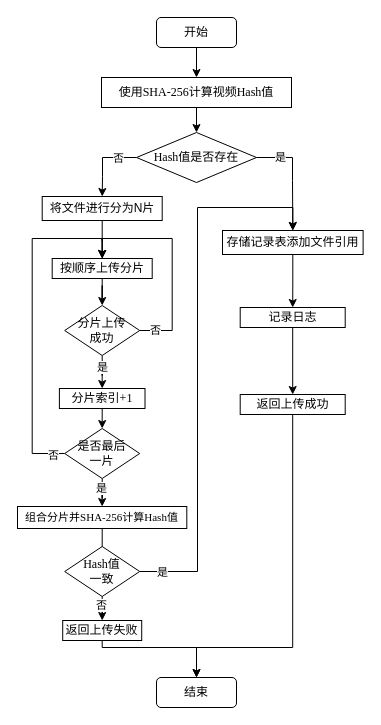
Above: DrawIO_file/流程图/断点续传流程图.drawio in DingDongZz/typera_PicGO (draw.io), before the change. Source tidied: cells renumbered, new cells numbered last; positions are measured from the earlier drawing's top-left corner, leaving out a move shared by most shapes. Both pictures are drawn from the tidied source at 100%, with x=0, y=0 at pixel (17, 17).
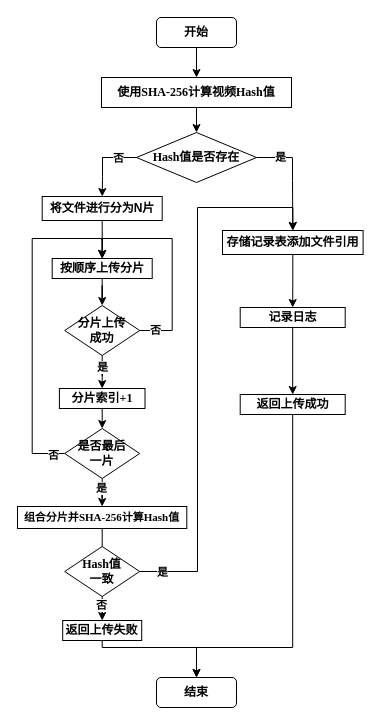
The same diagram, later.

Commit message:
更新断点续传流程图.drawio

Diff of the diagram source:
```diff
@@
-    <mxCell id="2" style="edgeStyle=orthogonalEdgeStyle;rounded=0;jettySize=auto;html=1;entryX=0.5;entryY=0;entryDx=0;entryDy=0;fontFamily=宋体;" parent="1" edge="1" source="3" target="5">
+    <mxCell id="2" style="edgeStyle=orthogonalEdgeStyle;rounded=0;jettySize=auto;html=1;entryX=0.5;entryY=0;entryDx=0;entryDy=0;fontFamily=宋体;fontStyle=1;" parent="1" edge="1" source="3" target="5">
       <mxGeometry relative="1" as="geometry" />
     </mxCell>
-    <mxCell id="3" value="开始" style="rounded=1;whiteSpace=wrap;html=1;fontFamily=宋体;" parent="1" vertex="1">
+    <mxCell id="3" value="开始" style="rounded=1;whiteSpace=wrap;html=1;fontFamily=宋体;fontStyle=1;" parent="1" vertex="1">
       <mxGeometry x="139" width="80" height="30" as="geometry" />
     </mxCell>
-    <mxCell id="4" style="edgeStyle=orthogonalEdgeStyle;rounded=0;jettySize=auto;html=1;entryX=0.5;entryY=0;entryDx=0;entryDy=0;fontFamily=宋体;" parent="1" edge="1" source="5" target="10">
+    <mxCell id="4" style="edgeStyle=orthogonalEdgeStyle;rounded=0;jettySize=auto;html=1;entryX=0.5;entryY=0;entryDx=0;entryDy=0;fontFamily=宋体;fontStyle=1;" parent="1" edge="1" source="5" target="10">
       <mxGeometry relative="1" as="geometry" />
     </mxCell>
-    <mxCell id="5" value="使用&lt;font face=&quot;Times New Roman&quot;&gt;SHA-256&lt;/font&gt;计算视频&lt;font face=&quot;Times New Roman&quot;&gt;Hash&lt;/font&gt;值" style="rounded=0;whiteSpace=wrap;html=1;fontFamily=宋体;" parent="1" vertex="1">
+    <mxCell id="5" value="使用&lt;font face=&quot;Times New Roman&quot;&gt;SHA-256&lt;/font&gt;计算视频&lt;font face=&quot;Times New Roman&quot;&gt;Hash&lt;/font&gt;值" style="rounded=0;whiteSpace=wrap;html=1;fontFamily=宋体;fontStyle=1;" parent="1" vertex="1">
       <mxGeometry x="84" y="60" width="190" height="30" as="geometry" />
     </mxCell>
-    <mxCell id="6" style="edgeStyle=orthogonalEdgeStyle;rounded=0;jettySize=auto;html=1;entryX=0.5;entryY=0;entryDx=0;entryDy=0;fontFamily=宋体;" parent="1" edge="1" source="10" target="12">
+    <mxCell id="6" style="edgeStyle=orthogonalEdgeStyle;rounded=0;jettySize=auto;html=1;entryX=0.5;entryY=0;entryDx=0;entryDy=0;fontFamily=宋体;fontStyle=1;" parent="1" edge="1" source="10" target="12">
       <mxGeometry relative="1" as="geometry">
         <Array as="points">
           <mxPoint x="275" y="140" />
           <mxPoint x="275" y="163" />
         </Array>
       </mxGeometry>
     </mxCell>
-    <mxCell id="7" value="是" style="edgeLabel;html=1;align=center;verticalAlign=middle;fontFamily=宋体;" parent="6" vertex="1">
+    <mxCell id="7" value="是" style="edgeLabel;html=1;align=center;verticalAlign=middle;fontFamily=宋体;fontStyle=1;" parent="6" vertex="1">
       <mxGeometry x="-0.57" y="1" relative="1" as="geometry" />
     </mxCell>
-    <mxCell id="8" style="edgeStyle=orthogonalEdgeStyle;rounded=0;jettySize=auto;html=1;entryX=0.5;entryY=0;entryDx=0;entryDy=0;fontFamily=宋体;" parent="1" edge="1" source="10" target="20">
+    <mxCell id="8" style="edgeStyle=orthogonalEdgeStyle;rounded=0;jettySize=auto;html=1;entryX=0.5;entryY=0;entryDx=0;entryDy=0;fontFamily=宋体;fontStyle=1;" parent="1" edge="1" source="10" target="20">
       <mxGeometry relative="1" as="geometry">
         <Array as="points">
           <mxPoint x="85" y="140" />
           <mxPoint x="85" y="159" />
         </Array>
       </mxGeometry>
     </mxCell>
-    <mxCell id="9" value="否" style="edgeLabel;html=1;align=center;verticalAlign=middle;fontFamily=宋体;" parent="8" vertex="1">
+    <mxCell id="9" value="否" style="edgeLabel;html=1;align=center;verticalAlign=middle;fontFamily=宋体;fontStyle=1;" parent="8" vertex="1">
       <mxGeometry x="-0.49" relative="1" as="geometry" />
     </mxCell>
-    <mxCell id="10" value="&lt;font face=&quot;Times New Roman&quot;&gt;Hash&lt;/font&gt;值是否存在" style="rhombus;whiteSpace=wrap;html=1;fontFamily=宋体;" parent="1" vertex="1">
+    <mxCell id="10" value="&lt;font face=&quot;Times New Roman&quot;&gt;Hash&lt;/font&gt;值是否存在" style="rhombus;whiteSpace=wrap;html=1;fontFamily=宋体;fontStyle=1;" parent="1" vertex="1">
       <mxGeometry x="119" y="115" width="120" height="50" as="geometry" />
     </mxCell>
-    <mxCell id="11" style="edgeStyle=orthogonalEdgeStyle;rounded=0;jettySize=auto;html=1;entryX=0.5;entryY=0;entryDx=0;entryDy=0;fontFamily=宋体;" parent="1" edge="1" source="12" target="14">
+    <mxCell id="11" style="edgeStyle=orthogonalEdgeStyle;rounded=0;jettySize=auto;html=1;entryX=0.5;entryY=0;entryDx=0;entryDy=0;fontFamily=宋体;fontStyle=1;" parent="1" edge="1" source="12" target="14">
       <mxGeometry relative="1" as="geometry" />
     </mxCell>
-    <mxCell id="12" value="存储记录表&lt;span style=&quot;background-color: transparent; color: light-dark(rgb(0, 0, 0), rgb(255, 255, 255));&quot;&gt;添加文件引用&lt;/span&gt;" style="rounded=0;whiteSpace=wrap;html=1;fontFamily=宋体;" parent="1" vertex="1">
+    <mxCell id="12" value="存储记录表&lt;span style=&quot;background-color: transparent; color: light-dark(rgb(0, 0, 0), rgb(255, 255, 255));&quot;&gt;添加文件引用&lt;/span&gt;" style="rounded=0;whiteSpace=wrap;html=1;fontFamily=宋体;fontStyle=1;" parent="1" vertex="1">
       <mxGeometry x="205" y="213" width="140.6" height="24" as="geometry" />
     </mxCell>
-    <mxCell id="13" style="edgeStyle=orthogonalEdgeStyle;rounded=0;jettySize=auto;html=1;entryX=0.5;entryY=0;entryDx=0;entryDy=0;fontFamily=宋体;" parent="1" edge="1" source="14" target="17">
+    <mxCell id="13" style="edgeStyle=orthogonalEdgeStyle;rounded=0;jettySize=auto;html=1;entryX=0.5;entryY=0;entryDx=0;entryDy=0;fontFamily=宋体;fontStyle=1;" parent="1" edge="1" source="14" target="17">
       <mxGeometry relative="1" as="geometry" />
     </mxCell>
-    <mxCell id="14" value="记录日志" style="rounded=0;whiteSpace=wrap;html=1;fontFamily=宋体;" parent="1" vertex="1">
+    <mxCell id="14" value="记录日志" style="rounded=0;whiteSpace=wrap;html=1;fontFamily=宋体;fontStyle=1;" parent="1" vertex="1">
       <mxGeometry x="222.7" y="290" width="105" height="20" as="geometry" />
     </mxCell>
-    <mxCell id="15" value="结束" style="rounded=1;whiteSpace=wrap;html=1;fontFamily=宋体;" parent="1" vertex="1">
+    <mxCell id="15" value="结束" style="rounded=1;whiteSpace=wrap;html=1;fontFamily=宋体;fontStyle=1;" parent="1" vertex="1">
       <mxGeometry x="139" y="660" width="80" height="30" as="geometry" />
     </mxCell>
-    <mxCell id="16" style="edgeStyle=orthogonalEdgeStyle;rounded=0;jettySize=auto;html=1;entryX=0.5;entryY=0;entryDx=0;entryDy=0;fontFamily=宋体;" parent="1" edge="1" source="17" target="15">
+    <mxCell id="16" style="edgeStyle=orthogonalEdgeStyle;rounded=0;jettySize=auto;html=1;entryX=0.5;entryY=0;entryDx=0;entryDy=0;fontFamily=宋体;fontStyle=1;" parent="1" edge="1" source="17" target="15">
       <mxGeometry relative="1" as="geometry">
         <Array as="points">
           <mxPoint x="275" y="630" />
           <mxPoint x="179" y="630" />
         </Array>
       </mxGeometry>
     </mxCell>
-    <mxCell id="17" value="返回上传成功" style="rounded=0;whiteSpace=wrap;html=1;fontFamily=宋体;" parent="1" vertex="1">
+    <mxCell id="17" value="返回上传成功" style="rounded=0;whiteSpace=wrap;html=1;fontFamily=宋体;fontStyle=1;" parent="1" vertex="1">
       <mxGeometry x="222.7" y="377" width="105" height="20" as="geometry" />
     </mxCell>
-    <mxCell id="18" style="group;fontFamily=宋体;" parent="1" vertex="1">
+    <mxCell id="18" style="group;fontFamily=宋体;fontStyle=1;" parent="1" vertex="1">
       <mxGeometry y="179" width="169.3" height="400" as="geometry" />
     </mxCell>
-    <mxCell id="19" style="edgeStyle=orthogonalEdgeStyle;rounded=0;jettySize=auto;html=1;entryX=0.5;entryY=0;entryDx=0;entryDy=0;fontFamily=宋体;" parent="18" edge="1" source="20" target="22">
+    <mxCell id="19" style="edgeStyle=orthogonalEdgeStyle;rounded=0;jettySize=auto;html=1;entryX=0.5;entryY=0;entryDx=0;entryDy=0;fontFamily=宋体;fontStyle=1;" parent="18" edge="1" source="20" target="22">
       <mxGeometry relative="1" as="geometry" />
     </mxCell>
-    <mxCell id="20" value="将文件进行分为N片" style="rounded=0;whiteSpace=wrap;html=1;fontFamily=宋体;" parent="18" vertex="1">
+    <mxCell id="20" value="将文件进行分为N片" style="rounded=0;whiteSpace=wrap;html=1;fontFamily=宋体;fontStyle=1;" parent="18" vertex="1">
       <mxGeometry x="24.7" width="120" height="24" as="geometry" />
     </mxCell>
-    <mxCell id="21" style="edgeStyle=orthogonalEdgeStyle;rounded=0;jettySize=auto;html=1;entryX=0.5;entryY=0;entryDx=0;entryDy=0;fontFamily=宋体;" parent="18" edge="1" source="22" target="27">
+    <mxCell id="21" style="edgeStyle=orthogonalEdgeStyle;rounded=0;jettySize=auto;html=1;entryX=0.5;entryY=0;entryDx=0;entryDy=0;fontFamily=宋体;fontStyle=1;" parent="18" edge="1" source="22" target="27">
       <mxGeometry relative="1" as="geometry" />
     </mxCell>
-    <mxCell id="22" value="按顺序上传分片" style="rounded=0;whiteSpace=wrap;html=1;fontFamily=宋体;" parent="18" vertex="1">
+    <mxCell id="22" value="按顺序上传分片" style="rounded=0;whiteSpace=wrap;html=1;fontFamily=宋体;fontStyle=1;" parent="18" vertex="1">
       <mxGeometry x="34.7" y="62" width="100" height="20" as="geometry" />
     </mxCell>
-    <mxCell id="23" style="edgeStyle=orthogonalEdgeStyle;rounded=0;jettySize=auto;html=1;entryX=0.5;entryY=0;entryDx=0;entryDy=0;fontFamily=宋体;" parent="18" edge="1" source="27" target="34">
+    <mxCell id="23" style="edgeStyle=orthogonalEdgeStyle;rounded=0;jettySize=auto;html=1;entryX=0.5;entryY=0;entryDx=0;entryDy=0;fontFamily=宋体;fontStyle=1;" parent="18" edge="1" source="27" target="34">
       <mxGeometry relative="1" as="geometry" />
     </mxCell>
-    <mxCell id="24" value="是" style="edgeLabel;html=1;align=center;verticalAlign=middle;fontFamily=宋体;" parent="23" vertex="1">
+    <mxCell id="24" value="是" style="edgeLabel;html=1;align=center;verticalAlign=middle;fontFamily=宋体;fontStyle=1;" parent="23" vertex="1">
       <mxGeometry x="0.19" relative="1" as="geometry">
         <mxPoint y="-3" as="offset" />
       </mxGeometry>
     </mxCell>
-    <mxCell id="25" style="edgeStyle=orthogonalEdgeStyle;rounded=0;jettySize=auto;html=1;entryX=0.5;entryY=0;entryDx=0;entryDy=0;fontFamily=宋体;" parent="18" edge="1" source="27" target="22">
+    <mxCell id="25" style="edgeStyle=orthogonalEdgeStyle;rounded=0;jettySize=auto;html=1;entryX=0.5;entryY=0;entryDx=0;entryDy=0;fontFamily=宋体;fontStyle=1;" parent="18" edge="1" source="27" target="22">
       <mxGeometry relative="1" as="geometry">
         <Array as="points">
           <mxPoint x="154.7" y="134" />
           <mxPoint x="154.7" y="42" />
           <mxPoint x="84.7" y="42" />
         </Array>
       </mxGeometry>
     </mxCell>
-    <mxCell id="26" value="否" style="edgeLabel;html=1;align=center;verticalAlign=middle;fontFamily=宋体;" parent="25" vertex="1">
+    <mxCell id="26" value="否" style="edgeLabel;html=1;align=center;verticalAlign=middle;fontFamily=宋体;fontStyle=1;" parent="25" vertex="1">
       <mxGeometry x="-0.86" y="1" relative="1" as="geometry" />
     </mxCell>
-    <mxCell id="27" value="分片上传&lt;div&gt;成功&lt;/div&gt;" style="rhombus;whiteSpace=wrap;html=1;fontFamily=宋体;" parent="18" vertex="1">
+    <mxCell id="27" value="分片上传&lt;div&gt;成功&lt;/div&gt;" style="rhombus;whiteSpace=wrap;html=1;fontFamily=宋体;fontStyle=1;" parent="18" vertex="1">
       <mxGeometry x="47.2" y="109" width="75" height="50" as="geometry" />
     </mxCell>
-    <mxCell id="28" style="edgeStyle=orthogonalEdgeStyle;rounded=0;jettySize=auto;html=1;entryX=0.5;entryY=0;entryDx=0;entryDy=0;fontFamily=宋体;" parent="18" edge="1" source="32" target="22">
+    <mxCell id="28" style="edgeStyle=orthogonalEdgeStyle;rounded=0;jettySize=auto;html=1;entryX=0.5;entryY=0;entryDx=0;entryDy=0;fontFamily=宋体;fontStyle=1;" parent="18" edge="1" source="32" target="22">
       <mxGeometry relative="1" as="geometry">
         <Array as="points">
           <mxPoint x="14.7" y="257" />
           <mxPoint x="14.7" y="42" />
           <mxPoint x="84.7" y="42" />
         </Array>
       </mxGeometry>
     </mxCell>
-    <mxCell id="29" value="否" style="edgeLabel;html=1;align=center;verticalAlign=middle;fontFamily=宋体;" parent="28" vertex="1">
+    <mxCell id="29" value="否" style="edgeLabel;html=1;align=center;verticalAlign=middle;fontFamily=宋体;fontStyle=1;" parent="28" vertex="1">
       <mxGeometry x="-0.93" y="1" relative="1" as="geometry" />
     </mxCell>
-    <mxCell id="30" style="edgeStyle=orthogonalEdgeStyle;rounded=0;jettySize=auto;html=1;entryX=0.5;entryY=0;entryDx=0;entryDy=0;fontFamily=宋体;" parent="18" edge="1" source="32" target="36">
+    <mxCell id="30" style="edgeStyle=orthogonalEdgeStyle;rounded=0;jettySize=auto;html=1;entryX=0.5;entryY=0;entryDx=0;entryDy=0;fontFamily=宋体;fontStyle=1;" parent="18" edge="1" source="32" target="36">
       <mxGeometry relative="1" as="geometry" />
     </mxCell>
-    <mxCell id="31" value="是" style="edgeLabel;html=1;align=center;verticalAlign=middle;fontFamily=宋体;" parent="30" vertex="1">
+    <mxCell id="31" value="是" style="edgeLabel;html=1;align=center;verticalAlign=middle;fontFamily=宋体;fontStyle=1;" parent="30" vertex="1">
       <mxGeometry x="0.3" y="-1" relative="1" as="geometry" />
     </mxCell>
-    <mxCell id="32" value="是否最后&lt;div&gt;一片&lt;/div&gt;" style="rhombus;whiteSpace=wrap;html=1;fontFamily=宋体;" parent="18" vertex="1">
+    <mxCell id="32" value="是否最后&lt;div&gt;一片&lt;/div&gt;" style="rhombus;whiteSpace=wrap;html=1;fontFamily=宋体;fontStyle=1;" parent="18" vertex="1">
       <mxGeometry x="47.2" y="232" width="75" height="50" as="geometry" />
     </mxCell>
-    <mxCell id="33" style="edgeStyle=orthogonalEdgeStyle;rounded=0;jettySize=auto;html=1;entryX=0.5;entryY=0;entryDx=0;entryDy=0;fontFamily=宋体;" parent="18" edge="1" source="34" target="32">
+    <mxCell id="33" style="edgeStyle=orthogonalEdgeStyle;rounded=0;jettySize=auto;html=1;entryX=0.5;entryY=0;entryDx=0;entryDy=0;fontFamily=宋体;fontStyle=1;" parent="18" edge="1" source="34" target="32">
       <mxGeometry relative="1" as="geometry" />
     </mxCell>
-    <mxCell id="34" value="分片索引&lt;font face=&quot;Times New Roman&quot;&gt;+1&lt;/font&gt;" style="rounded=0;whiteSpace=wrap;html=1;fontFamily=宋体;" parent="18" vertex="1">
+    <mxCell id="34" value="分片索引&lt;font face=&quot;Times New Roman&quot;&gt;+1&lt;/font&gt;" style="rounded=0;whiteSpace=wrap;html=1;fontFamily=宋体;fontStyle=1;" parent="18" vertex="1">
       <mxGeometry x="41.9" y="192" width="85.6" height="20" as="geometry" />
     </mxCell>
-    <mxCell id="35" style="edgeStyle=orthogonalEdgeStyle;rounded=0;jettySize=auto;html=1;entryX=0.5;entryY=0;entryDx=0;entryDy=0;fontFamily=宋体;" parent="18" edge="1" source="36" target="37">
+    <mxCell id="35" style="edgeStyle=orthogonalEdgeStyle;rounded=0;jettySize=auto;html=1;entryX=0.5;entryY=0;entryDx=0;entryDy=0;fontFamily=宋体;fontStyle=1;" parent="18" edge="1" source="36" target="37">
       <mxGeometry relative="1" as="geometry" />
     </mxCell>
-    <mxCell id="36" value="组合分片并&lt;font face=&quot;Times New Roman&quot;&gt;SHA-256&lt;/font&gt;计算&lt;font face=&quot;Times New Roman&quot;&gt;Hash&lt;/font&gt;值" style="rounded=0;whiteSpace=wrap;html=1;fontSize=11;fontFamily=宋体;align=center;" parent="18" vertex="1">
+    <mxCell id="36" value="组合分片并&lt;font face=&quot;Times New Roman&quot;&gt;SHA-256&lt;/font&gt;计算&lt;font face=&quot;Times New Roman&quot;&gt;Hash&lt;/font&gt;值" style="rounded=0;whiteSpace=wrap;html=1;fontSize=11;fontFamily=宋体;align=center;fontStyle=1;" parent="18" vertex="1">
       <mxGeometry y="310" width="169.3" height="22" as="geometry" />
     </mxCell>
-    <mxCell id="37" value="&lt;font face=&quot;Times New Roman&quot;&gt;Hash&lt;/font&gt;值&lt;div&gt;一致&lt;/div&gt;" style="rhombus;whiteSpace=wrap;html=1;fontFamily=宋体;" parent="18" vertex="1">
+    <mxCell id="37" value="&lt;font face=&quot;Times New Roman&quot;&gt;Hash&lt;/font&gt;值&lt;div&gt;一致&lt;/div&gt;" style="rhombus;whiteSpace=wrap;html=1;fontFamily=宋体;fontStyle=1;" parent="18" vertex="1">
       <mxGeometry x="47.2" y="350" width="75" height="50" as="geometry" />
     </mxCell>
-    <mxCell id="38" style="edgeStyle=orthogonalEdgeStyle;rounded=0;jettySize=auto;html=1;entryX=0.5;entryY=0;entryDx=0;entryDy=0;fontFamily=宋体;" parent="1" edge="1" source="39" target="15">
+    <mxCell id="38" style="edgeStyle=orthogonalEdgeStyle;rounded=0;jettySize=auto;html=1;entryX=0.5;entryY=0;entryDx=0;entryDy=0;fontFamily=宋体;fontStyle=1;" parent="1" edge="1" source="39" target="15">
       <mxGeometry relative="1" as="geometry">
         <Array as="points">
           <mxPoint x="85" y="630" />
           <mxPoint x="179" y="630" />
         </Array>
       </mxGeometry>
     </mxCell>
-    <mxCell id="39" value="返回上传失败" style="rounded=0;whiteSpace=wrap;html=1;fontFamily=宋体;" parent="1" vertex="1">
+    <mxCell id="39" value="返回上传失败" style="rounded=0;whiteSpace=wrap;html=1;fontFamily=宋体;fontStyle=1;" parent="1" vertex="1">
       <mxGeometry x="45.2" y="603" width="79" height="20" as="geometry" />
     </mxCell>
-    <mxCell id="40" style="edgeStyle=orthogonalEdgeStyle;rounded=0;jettySize=auto;html=1;entryX=0.5;entryY=0;entryDx=0;entryDy=0;fontFamily=宋体;" parent="1" edge="1" source="37" target="39">
+    <mxCell id="40" style="edgeStyle=orthogonalEdgeStyle;rounded=0;jettySize=auto;html=1;entryX=0.5;entryY=0;entryDx=0;entryDy=0;fontFamily=宋体;fontStyle=1;" parent="1" edge="1" source="37" target="39">
       <mxGeometry relative="1" as="geometry" />
     </mxCell>
-    <mxCell id="41" value="否" style="edgeLabel;html=1;align=center;verticalAlign=middle;fontFamily=宋体;" parent="40" vertex="1">
+    <mxCell id="41" value="否" style="edgeLabel;html=1;align=center;verticalAlign=middle;fontFamily=宋体;fontStyle=1;" parent="40" vertex="1">
       <mxGeometry x="0.54" relative="1" as="geometry">
         <mxPoint x="-1" y="-3" as="offset" />
       </mxGeometry>
     </mxCell>
-    <mxCell id="42" style="edgeStyle=orthogonalEdgeStyle;rounded=0;jettySize=auto;html=1;entryX=0.5;entryY=0;entryDx=0;entryDy=0;fontFamily=宋体;" parent="1" edge="1" source="37" target="12">
+    <mxCell id="42" style="edgeStyle=orthogonalEdgeStyle;rounded=0;jettySize=auto;html=1;entryX=0.5;entryY=0;entryDx=0;entryDy=0;fontFamily=宋体;fontStyle=1;" parent="1" edge="1" source="37" target="12">
       <mxGeometry relative="1" as="geometry">
         <Array as="points">
           <mxPoint x="180" y="554" />
           <mxPoint x="180" y="190" />
           <mxPoint x="275" y="190" />
         </Array>
       </mxGeometry>
     </mxCell>
-    <mxCell id="43" value="是" style="edgeLabel;html=1;align=center;verticalAlign=middle;fontFamily=宋体;" parent="42" vertex="1">
+    <mxCell id="43" value="是" style="edgeLabel;html=1;align=center;verticalAlign=middle;fontFamily=宋体;fontStyle=1;" parent="42" vertex="1">
       <mxGeometry x="-0.92" relative="1" as="geometry" />
     </mxCell>
```
